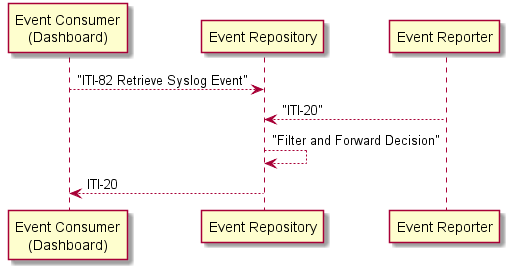
Above: pix-rest-workflow.png in rjhorn-agfa/SOLE (PlantUML), before the change.
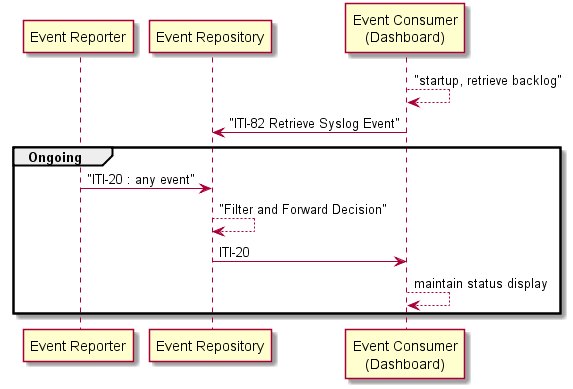
The same diagram one commit later.

The edit, as a diff of the source:
```diff
@@ -1,8 +1,16 @@
 @startuml
 
-"Event Consumer\n(Dashboard)" --> "Event Repository" : "ITI-82 Retrieve Syslog Event"
-"Event Reporter" --> "Event Repository" : "ITI-20"
+participant "Event Reporter"
+participant "Event Repository"
+participant dashboard as "Event Consumer\n(Dashboard)"
+
+dashboard --> dashboard : "startup, retrieve backlog"
+dashboard -> "Event Repository" : "ITI-82 Retrieve Syslog Event"
+group Ongoing
+"Event Reporter" -> "Event Repository" : "ITI-20 : any event"
 "Event Repository" --> "Event Repository" : "Filter and Forward Decision"
-"Event Repository" --> "Event Consumer\n(Dashboard)" : ITI-20
+"Event Repository" -> dashboard : ITI-20
+dashboard --> dashboard : maintain status display
+end
 
 @enduml
```
